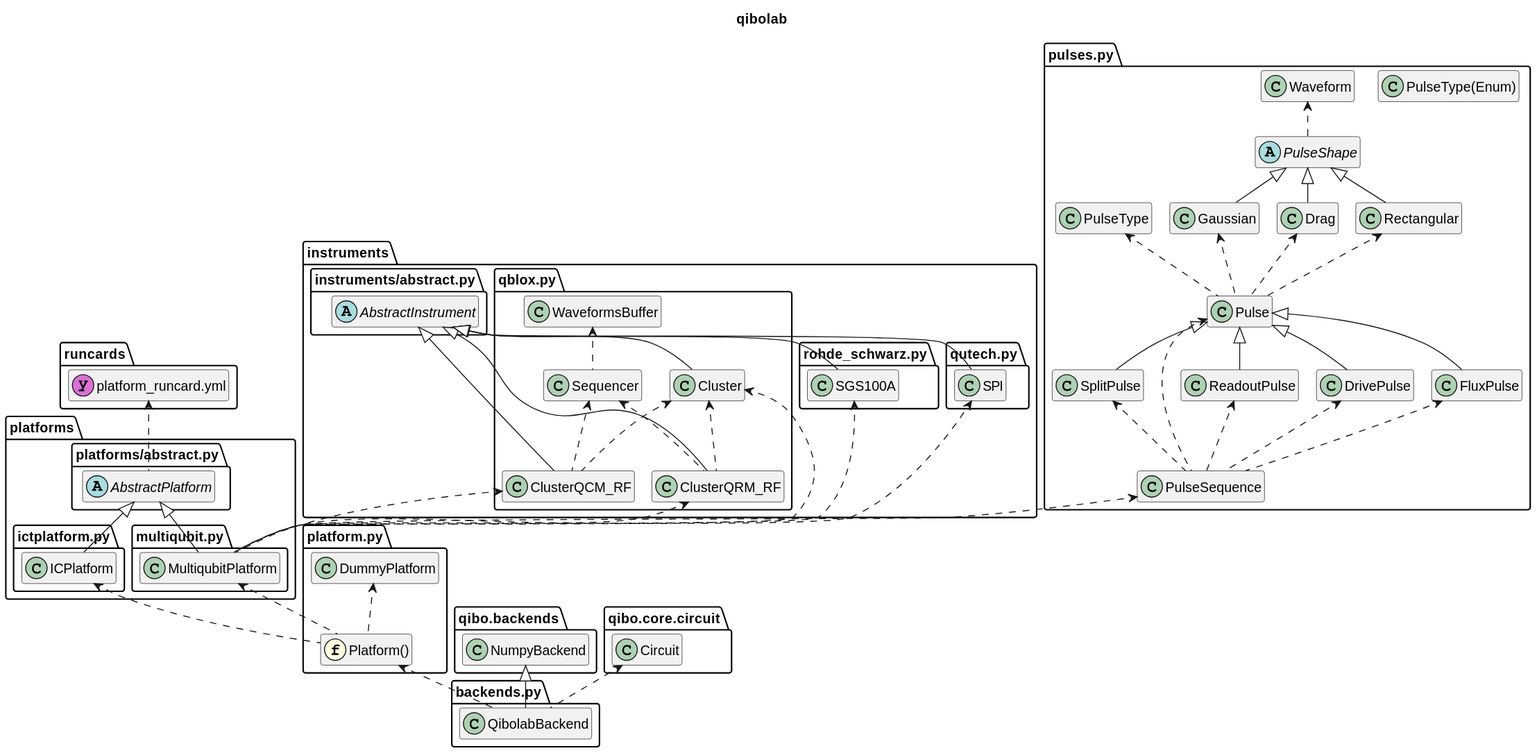
Above: doc/diagrams/exports/qibolab.svg in qiboteam/qibolab (PlantUML), before the change.
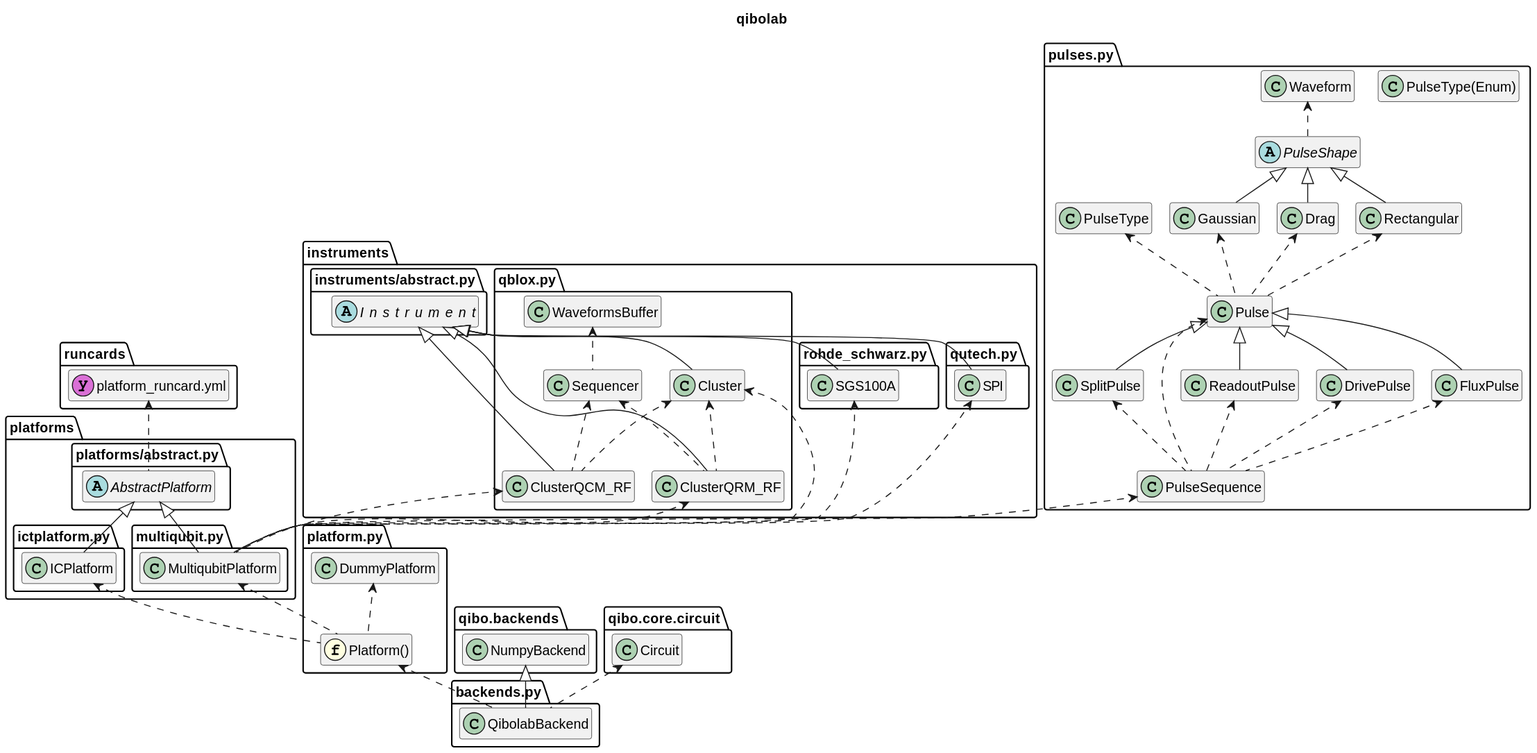
Later version of the same file.

What changed in the source:
```diff
@@ -18,7 +18,7 @@
 }
 package instruments {
     package instruments/abstract.py{
-        abstract class AbstractInstrument{
+        abstract class Instrument{
             name: str
             address: str
             is_connected: bool
@@ -53,7 +53,7 @@
             --
             __init__(number: int)
         }
-        class Cluster extends AbstractInstrument{
+        class Cluster extends Instrument{
             device: QbloxCluster
             ..
             _device_parameters: dict
@@ -67,7 +67,7 @@
             _set_device_parameter(target, *parameters, value)
             _erase_device_parameters_cache()
         }
-        class ClusterQRM_RF extends AbstractInstrument{
+        class ClusterQRM_RF extends Instrument{
             DEFAULT_SEQUENCERS: dict
             SAMPLING_RATE: int
             device: QbloxQrmQcm
@@ -108,7 +108,7 @@
             _erase_device_parameters_cache()
             _process_acquisition_results(acquisition_results, readout_pulse: Pulse, demodulate=True)
         }
-        class ClusterQCM_RF extends AbstractInstrument{
+        class ClusterQCM_RF extends Instrument{
             DEFAULT_SEQUENCERS: dict
             SAMPLING_RATE: int
             device: QbloxQrmQcm
@@ -149,7 +149,7 @@
         WaveformsBuffer <.. Sequencer
     }
     package rohde_schwarz.py {
-        class SGS100A extends AbstractInstrument {
+        class SGS100A extends Instrument {
             device: LO_SGS100A
             power: int
             frequecy: int
@@ -171,7 +171,7 @@
         }
     }
     package qutech.py {
-        class SPI extends AbstractInstrument {
+        class SPI extends Instrument {
             device: SpiRack
             s4g_modules_settings: dict
             d5a_modules_settings: dict
```
